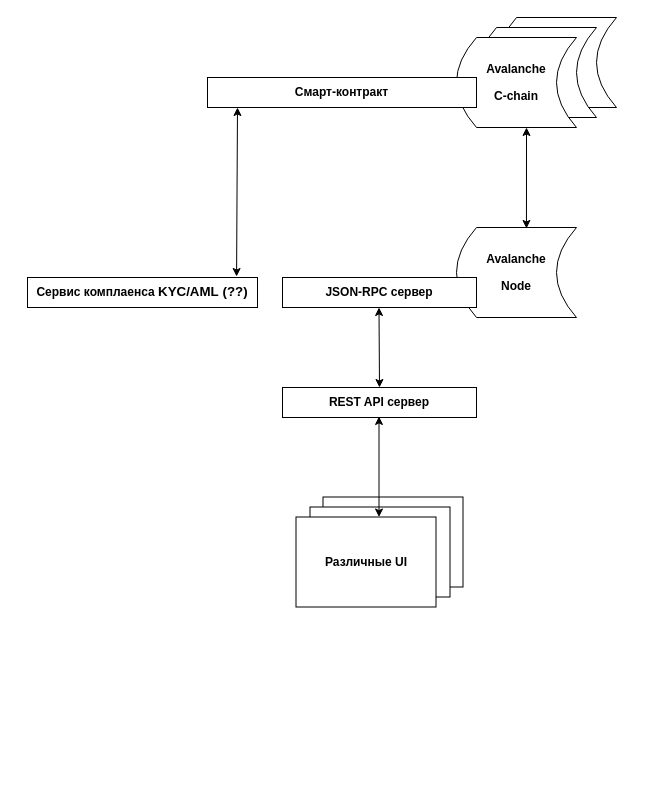
rpurei/RETM-Schemes keeps this draw.io diagram as RETM_MVP.drawio. Above is the earlier version. Source tidied: cells renumbered, new cells numbered last; positions are measured from the earlier drawing's top-left corner, leaving out a move shared by most shapes. Both pictures are drawn from the tidied source at 100%, with x=0, y=0 at pixel (27, 17).
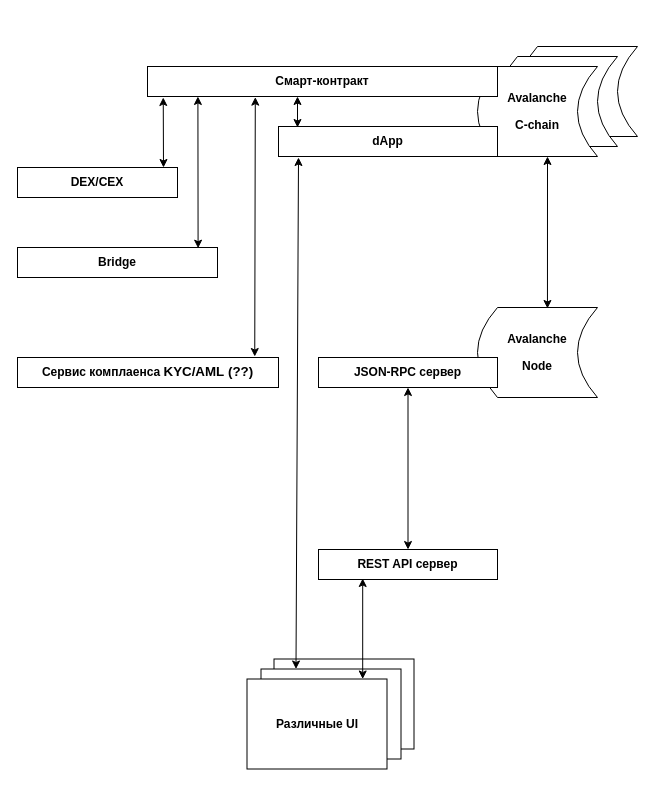
After the change.

What changed in the source:
```diff
@@
     <mxCell id="2" value="&lt;p align=&quot;center&quot; class=&quot;MsoNormal&quot;&gt;&lt;br&gt;&lt;/p&gt;" style="shape=dataStorage;whiteSpace=wrap;html=1;fixedSize=1;" parent="1" vertex="1">
-      <mxGeometry x="469" width="120" height="90" as="geometry" />
+      <mxGeometry x="490" y="29" width="120" height="90" as="geometry" />
     </mxCell>
     <mxCell id="3" value="&lt;p align=&quot;center&quot; class=&quot;MsoNormal&quot;&gt;&lt;br&gt;&lt;/p&gt;" style="shape=dataStorage;whiteSpace=wrap;html=1;fixedSize=1;" parent="1" vertex="1">
-      <mxGeometry x="449" y="10" width="120" height="90" as="geometry" />
+      <mxGeometry x="470" y="39" width="120" height="90" as="geometry" />
     </mxCell>
     <mxCell id="4" value="&lt;p align=&quot;center&quot; class=&quot;MsoNormal&quot;&gt;&lt;b&gt;Avalanche &lt;/b&gt;&lt;/p&gt;&lt;p align=&quot;center&quot; class=&quot;MsoNormal&quot;&gt;&lt;b&gt;&lt;span lang=&quot;EN-US&quot;&gt;C-chain&lt;/span&gt;&lt;/b&gt;&lt;/p&gt;" style="shape=dataStorage;whiteSpace=wrap;html=1;fixedSize=1;" parent="1" vertex="1">
-      <mxGeometry x="429" y="20" width="120" height="90" as="geometry" />
+      <mxGeometry x="450" y="49" width="120" height="90" as="geometry" />
     </mxCell>
     <mxCell id="5" value="&lt;p align=&quot;center&quot; class=&quot;MsoNormal&quot;&gt;&lt;b&gt;Смарт-контракт&lt;/b&gt;&lt;/p&gt;" style="rounded=0;whiteSpace=wrap;html=1;" parent="1" vertex="1">
-      <mxGeometry x="180" y="60" width="269" height="30" as="geometry" />
+      <mxGeometry x="120" y="49" width="350" height="30" as="geometry" />
     </mxCell>
     <mxCell id="6" value="&lt;p align=&quot;center&quot; class=&quot;MsoNormal&quot;&gt;&lt;b&gt;Avalanche &lt;/b&gt;&lt;/p&gt;&lt;p align=&quot;center&quot; class=&quot;MsoNormal&quot;&gt;&lt;b&gt;&lt;span lang=&quot;EN-US&quot;&gt;Node&lt;/span&gt;&lt;/b&gt;&lt;/p&gt;" style="shape=dataStorage;whiteSpace=wrap;html=1;fixedSize=1;" parent="1" vertex="1">
-      <mxGeometry x="429" y="210" width="120" height="90" as="geometry" />
+      <mxGeometry x="450" y="290" width="120" height="90" as="geometry" />
     </mxCell>
     <mxCell id="7" value="&lt;p align=&quot;center&quot; class=&quot;MsoNormal&quot;&gt;&lt;b&gt;JSON-RPC сервер&lt;/b&gt;&lt;/p&gt;" style="rounded=0;whiteSpace=wrap;html=1;" parent="1" vertex="1">
-      <mxGeometry x="255" y="260" width="194" height="30" as="geometry" />
+      <mxGeometry x="291" y="340" width="179" height="30" as="geometry" />
     </mxCell>
     <mxCell id="8" value="&lt;p align=&quot;center&quot; class=&quot;MsoNormal&quot;&gt;&lt;b&gt;REST API сервер&lt;/b&gt;&lt;/p&gt;" style="rounded=0;whiteSpace=wrap;html=1;" parent="1" vertex="1">
-      <mxGeometry x="255" y="370" width="194" height="30" as="geometry" />
+      <mxGeometry x="291" y="532" width="179" height="30" as="geometry" />
     </mxCell>
     <mxCell id="9" value="&lt;p align=&quot;center&quot; class=&quot;MsoNormal&quot;&gt;&lt;br&gt;&lt;/p&gt;" style="rounded=0;whiteSpace=wrap;html=1;" parent="1" vertex="1">
-      <mxGeometry x="295.5" y="479.5" width="140" height="90" as="geometry" />
+      <mxGeometry x="246.5" y="641.5" width="140" height="90" as="geometry" />
     </mxCell>
     <mxCell id="10" value="&lt;p align=&quot;center&quot; class=&quot;MsoNormal&quot;&gt;&lt;br&gt;&lt;/p&gt;" style="rounded=0;whiteSpace=wrap;html=1;" parent="1" vertex="1">
-      <mxGeometry x="282.5" y="489.5" width="140" height="90" as="geometry" />
+      <mxGeometry x="233.5" y="651.5" width="140" height="90" as="geometry" />
     </mxCell>
     <mxCell id="11" value="&lt;p align=&quot;center&quot; class=&quot;MsoNormal&quot;&gt;&lt;b&gt;Различные UI&lt;/b&gt;&lt;/p&gt;" style="rounded=0;whiteSpace=wrap;html=1;" parent="1" vertex="1">
-      <mxGeometry x="268.5" y="499.5" width="140" height="90" as="geometry" />
+      <mxGeometry x="219.5" y="661.5" width="140" height="90" as="geometry" />
     </mxCell>
     <mxCell id="12" style="endArrow=classic;startArrow=classic;html=1;rounded=0;exitX=0.5;exitY=0;exitDx=0;exitDy=0;entryX=0.397;entryY=0.967;entryDx=0;entryDy=0;entryPerimeter=0;" parent="1" edge="1">
       <mxGeometry relative="1" as="geometry">
-        <mxPoint x="351.5" y="499.5" as="sourcePoint" />
-        <mxPoint x="351.5" y="399" as="targetPoint" />
+        <mxPoint x="335.2" y="661.5" as="sourcePoint" />
+        <mxPoint x="335.2" y="561" as="targetPoint" />
       </mxGeometry>
     </mxCell>
-    <mxCell id="13" style="endArrow=classic;startArrow=classic;html=1;rounded=0;entryX=0.397;entryY=0.967;entryDx=0;entryDy=0;entryPerimeter=0;" parent="1" edge="1">
-      <mxGeometry relative="1" as="geometry">
-        <mxPoint x="352" y="370" as="sourcePoint" />
-        <mxPoint x="351.5" y="290" as="targetPoint" />
-      </mxGeometry>
+    <mxCell id="13" style="endArrow=classic;startArrow=classic;html=1;rounded=0;entryX=0.5;entryY=1;entryDx=0;entryDy=0;exitX=0.5;exitY=0;exitDx=0;exitDy=0;" parent="1" edge="1" source="8" target="7">
+      <mxGeometry relative="1" as="geometry" />
     </mxCell>
     <mxCell id="14" style="endArrow=classic;startArrow=classic;html=1;rounded=0;entryX=0.397;entryY=0.967;entryDx=0;entryDy=0;entryPerimeter=0;exitX=0.583;exitY=0.011;exitDx=0;exitDy=0;exitPerimeter=0;" parent="1" edge="1" source="6">
       <mxGeometry relative="1" as="geometry">
-        <mxPoint x="499" y="110" as="targetPoint" />
+        <mxPoint x="520" y="139" as="targetPoint" />
       </mxGeometry>
     </mxCell>
     <mxCell id="15" value="&lt;p align=&quot;center&quot; class=&quot;MsoNormal&quot;&gt;&lt;b&gt;Сервис комплаенса &lt;/b&gt;&lt;b&gt;&lt;span style=&quot;font-size:10.0pt;line-height:107%;mso-ansi-language:EN-US&quot; lang=&quot;EN-US&quot;&gt;KYC/AML&lt;/span&gt;&lt;/b&gt;&lt;b&gt;&lt;span style=&quot;font-size:10.0pt;line-height:107%&quot;&gt; (??)&lt;/span&gt;&lt;/b&gt;&lt;/p&gt;" style="rounded=0;whiteSpace=wrap;html=1;" parent="1" vertex="1">
-      <mxGeometry y="260" width="230" height="30" as="geometry" />
+      <mxGeometry x="-10" y="340" width="261" height="30" as="geometry" />
     </mxCell>
-    <mxCell id="16" style="endArrow=classic;startArrow=classic;html=1;rounded=0;entryX=0.397;entryY=0.967;entryDx=0;entryDy=0;entryPerimeter=0;exitX=0.909;exitY=-0.033;exitDx=0;exitDy=0;exitPerimeter=0;" parent="1" edge="1" source="15">
-      <mxGeometry relative="1" as="geometry">
-        <mxPoint x="210" y="90" as="targetPoint" />
-      </mxGeometry>
+    <mxCell id="16" style="endArrow=classic;startArrow=classic;html=1;rounded=0;exitX=0.909;exitY=-0.033;exitDx=0;exitDy=0;exitPerimeter=0;entryX=0.308;entryY=1.022;entryDx=0;entryDy=0;entryPerimeter=0;" parent="1" edge="1" source="15" target="5">
+      <mxGeometry relative="1" as="geometry" />
     </mxCell>
+    <mxCell id="17" value="&lt;p align=&quot;center&quot; class=&quot;MsoNormal&quot;&gt;&lt;b&gt;dApp&lt;/b&gt;&lt;/p&gt;" style="rounded=0;whiteSpace=wrap;html=1;" parent="1" vertex="1">
+      <mxGeometry x="251" y="109" width="219" height="30" as="geometry" />
+    </mxCell>
+    <mxCell id="18" style="endArrow=classic;startArrow=classic;html=1;rounded=0;exitX=0.25;exitY=0;exitDx=0;exitDy=0;" parent="1" edge="1" source="10">
+      <mxGeometry relative="1" as="geometry">
+        <mxPoint x="271" y="140" as="targetPoint" />
+      </mxGeometry>
+    </mxCell>
+    <mxCell id="19" value="&lt;p align=&quot;center&quot; class=&quot;MsoNormal&quot;&gt;&lt;b&gt;DEX/CEX&lt;/b&gt;&lt;/p&gt;" style="rounded=0;whiteSpace=wrap;html=1;" parent="1" vertex="1">
+      <mxGeometry x="-10" y="150" width="160" height="30" as="geometry" />
+    </mxCell>
+    <mxCell id="20" style="endArrow=classic;startArrow=classic;html=1;rounded=0;exitX=0.903;exitY=0.023;exitDx=0;exitDy=0;entryX=0.144;entryY=0.999;entryDx=0;entryDy=0;entryPerimeter=0;exitPerimeter=0;" parent="1" edge="1" source="21" target="5">
+      <mxGeometry relative="1" as="geometry" />
+    </mxCell>
+    <mxCell id="21" value="&lt;p align=&quot;center&quot; class=&quot;MsoNormal&quot;&gt;&lt;b&gt;Bridge&lt;/b&gt;&lt;/p&gt;" style="rounded=0;whiteSpace=wrap;html=1;" parent="1" vertex="1">
+      <mxGeometry x="-10" y="230" width="200" height="30" as="geometry" />
+    </mxCell>
+    <mxCell id="22" style="endArrow=classic;startArrow=classic;html=1;rounded=0;entryX=0.045;entryY=1.033;entryDx=0;entryDy=0;entryPerimeter=0;" parent="1" edge="1" target="5">
+      <mxGeometry relative="1" as="geometry">
+        <mxPoint x="136" y="150" as="sourcePoint" />
+      </mxGeometry>
+    </mxCell>
+    <mxCell id="23" style="endArrow=classic;startArrow=classic;html=1;rounded=0;entryX=0.045;entryY=1.033;entryDx=0;entryDy=0;entryPerimeter=0;" parent="1" edge="1">
+      <mxGeometry relative="1" as="geometry">
+        <mxPoint x="270" y="110" as="sourcePoint" />
+        <mxPoint x="270" y="79" as="targetPoint" />
+      </mxGeometry>
+    </mxCell>
```
